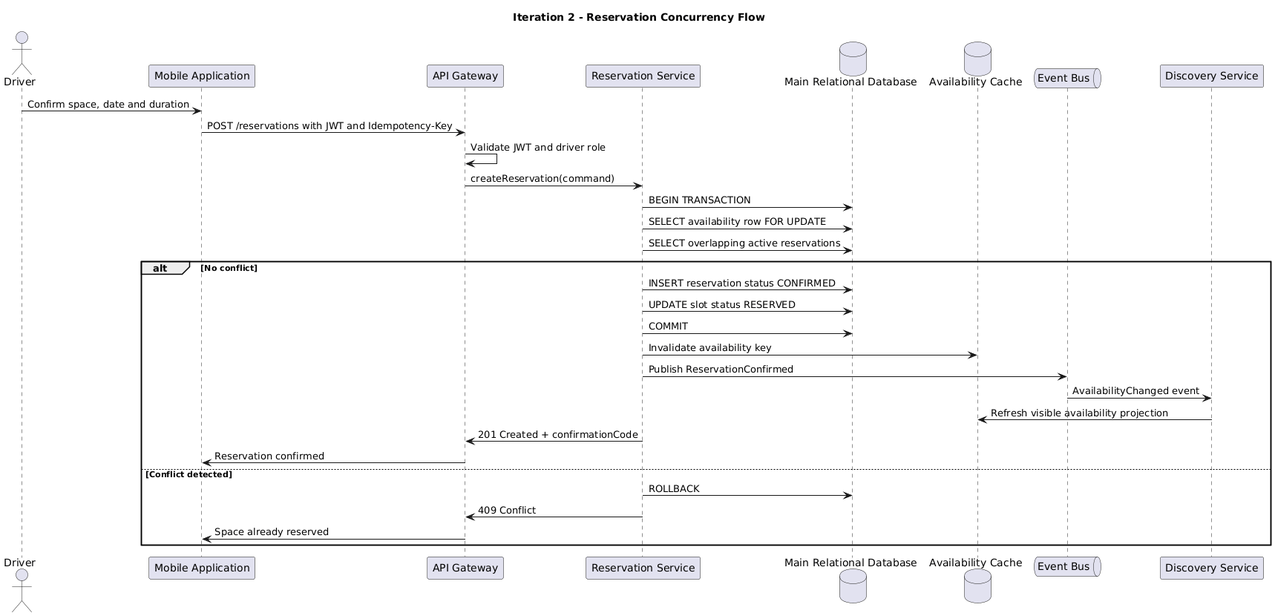
The PlantUML diagram assets/iter2/ReservationConcurrencyFlow.png in 1ASI0657-2610-17949-ParkLink/ParkLink-Report, before a commit.
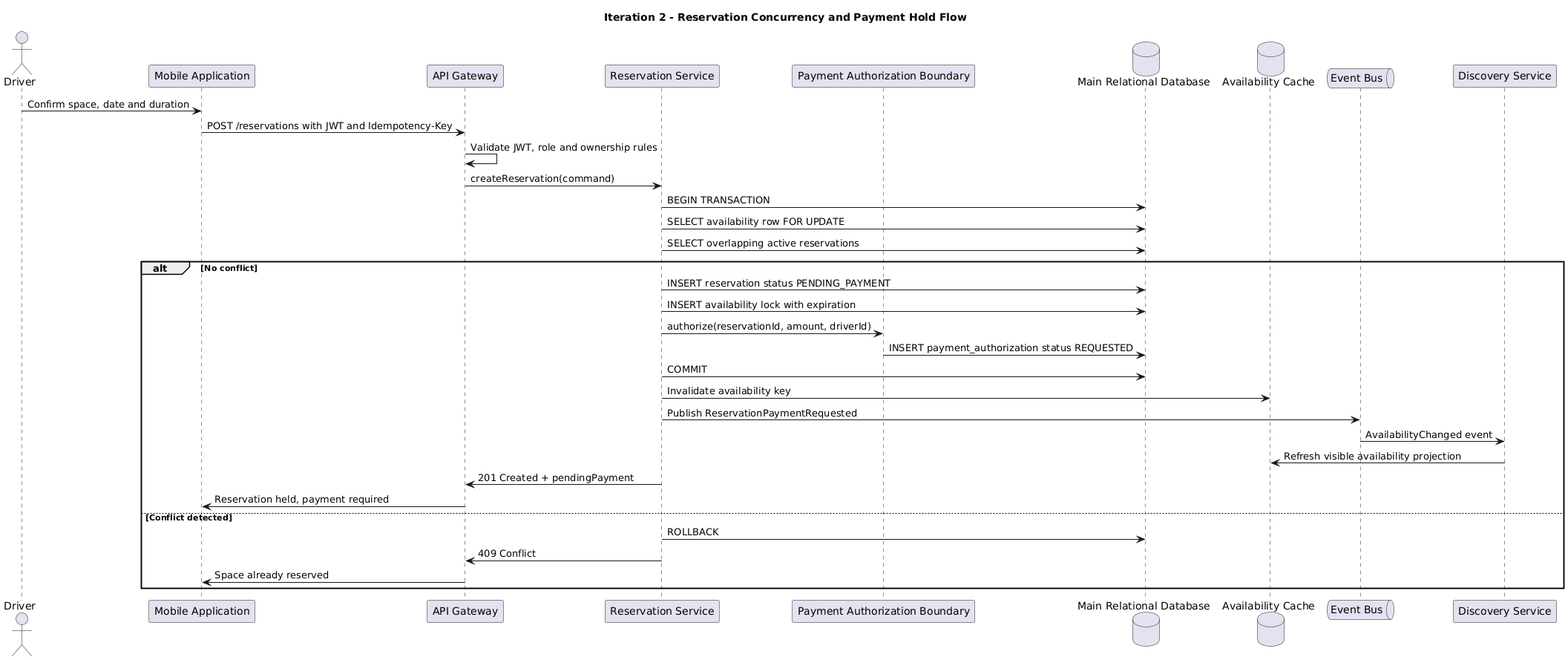
After the commit.

Commit message:
docs: Align ADD iteration 2 views

Change to the diagram source:
```diff
@@ -1,9 +1,10 @@
 @startuml
-title Iteration 2 - Reservation Concurrency Flow
+title Iteration 2 - Reservation Concurrency and Payment Hold Flow
 actor Driver
 participant "Mobile Application" as Mobile
 participant "API Gateway" as Gateway
 participant "Reservation Service" as Reservation
+participant "Payment Authorization Boundary" as Payment
 database "Main Relational Database" as DB
 database "Availability Cache" as Cache
 queue "Event Bus" as Bus
@@ -11,21 +12,23 @@
 
 Driver -> Mobile: Confirm space, date and duration
 Mobile -> Gateway: POST /reservations with JWT and Idempotency-Key
-Gateway -> Gateway: Validate JWT and driver role
+Gateway -> Gateway: Validate JWT, role and ownership rules
 Gateway -> Reservation: createReservation(command)
 Reservation -> DB: BEGIN TRANSACTION
 Reservation -> DB: SELECT availability row FOR UPDATE
 Reservation -> DB: SELECT overlapping active reservations
 alt No conflict
-  Reservation -> DB: INSERT reservation status CONFIRMED
-  Reservation -> DB: UPDATE slot status RESERVED
+  Reservation -> DB: INSERT reservation status PENDING_PAYMENT
+  Reservation -> DB: INSERT availability lock with expiration
+  Reservation -> Payment: authorize(reservationId, amount, driverId)
+  Payment -> DB: INSERT payment_authorization status REQUESTED
   Reservation -> DB: COMMIT
   Reservation -> Cache: Invalidate availability key
-  Reservation -> Bus: Publish ReservationConfirmed
+  Reservation -> Bus: Publish ReservationPaymentRequested
   Bus -> Discovery: AvailabilityChanged event
   Discovery -> Cache: Refresh visible availability projection
-  Reservation -> Gateway: 201 Created + confirmationCode
-  Gateway -> Mobile: Reservation confirmed
+  Reservation -> Gateway: 201 Created + pendingPayment
+  Gateway -> Mobile: Reservation held, payment required
 else Conflict detected
   Reservation -> DB: ROLLBACK
   Reservation -> Gateway: 409 Conflict
```
